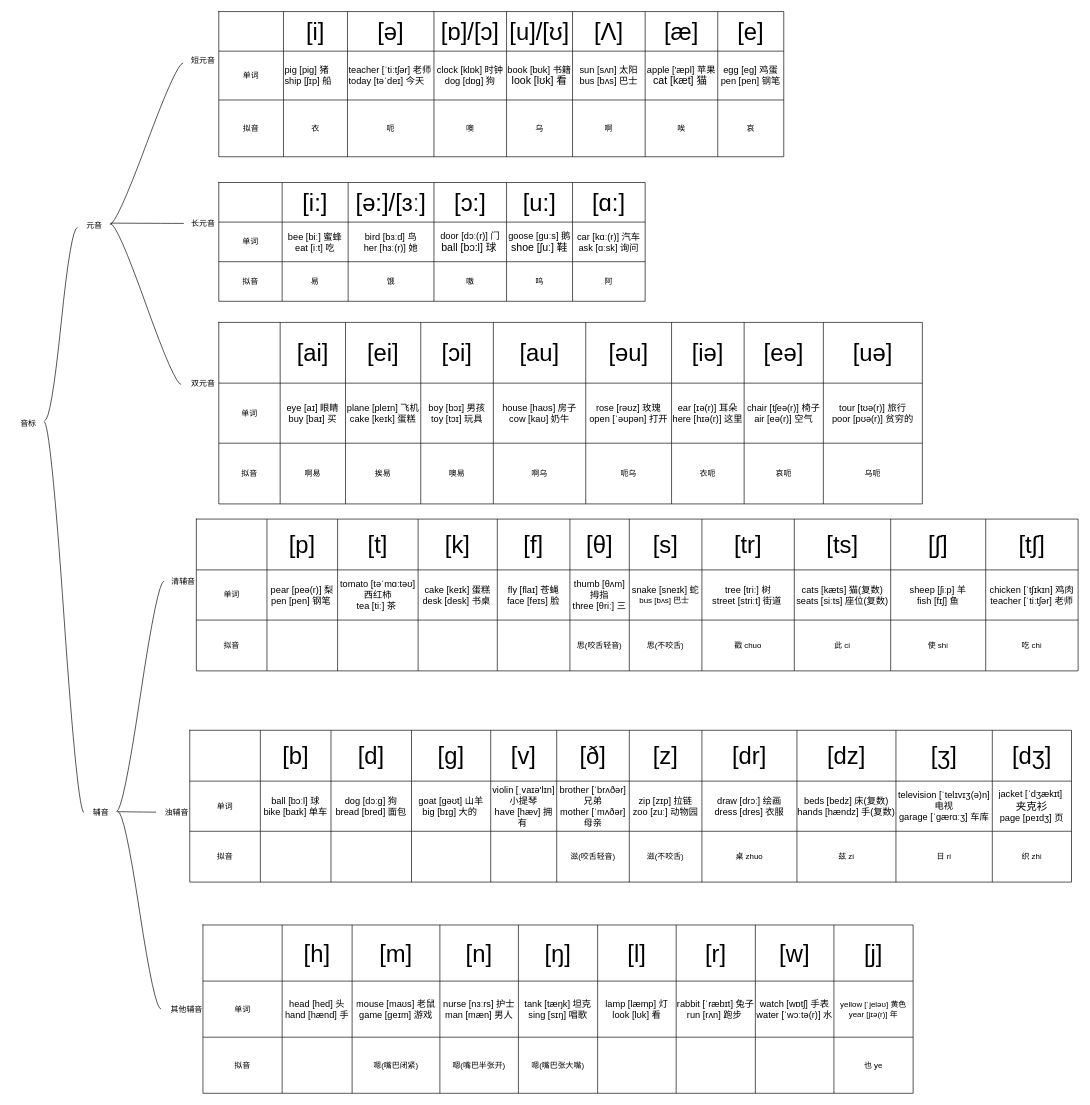
Above: page "第 2 页" (2 of 2) of 未命名表单.drawio in gituserc123/HelloWorld (draw.io), before the change. Source tidied: cells renumbered, new cells numbered last; positions are measured from the earlier drawing's top-left corner, leaving out a move shared by most shapes. Both pictures are drawn from the tidied source at 66%, with x=0, y=0 at pixel (11, 11).
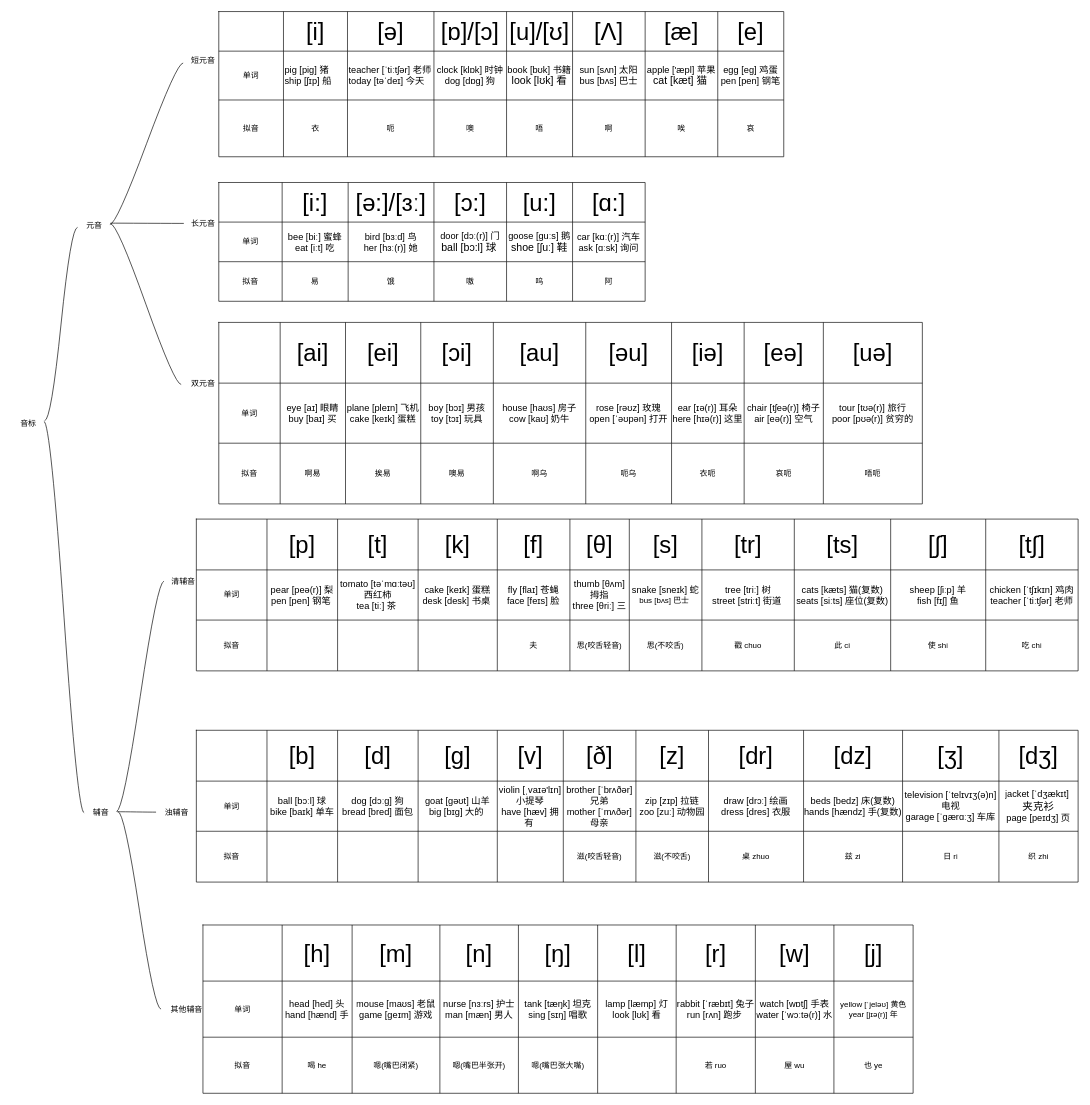
After the change.

Commit message:
更新未命名表单.drawio

Unchanged cells that the change refers to:
```xml
<mxCell id="33" style="shape=tableRow;horizontal=0;startSize=0;swimlaneHead=0;swimlaneBody=0;strokeColor=inherit;top=0;left=0;bottom=0;right=0;fillColor=none;" parent="14" vertex="1">
  <mxGeometry y="134" width="856" height="86" as="geometry" />
</mxCell>
<mxCell id="85" style="shape=tableRow;horizontal=0;startSize=0;swimlaneHead=0;swimlaneBody=0;strokeColor=inherit;top=0;left=0;bottom=0;right=0;fillColor=none;" parent="64" vertex="1">
  <mxGeometry y="183" width="1066" height="92" as="geometry" />
</mxCell>
<mxCell id="120" style="shape=tableRow;horizontal=0;startSize=0;swimlaneHead=0;swimlaneBody=0;strokeColor=inherit;top=0;left=0;bottom=0;right=0;fillColor=none;" parent="95" vertex="1">
  <mxGeometry y="153" width="1336" height="77" as="geometry" />
</mxCell>
<mxCell id="195" style="shape=tableRow;horizontal=0;startSize=0;swimlaneHead=0;swimlaneBody=0;strokeColor=inherit;top=0;left=0;bottom=0;right=0;fillColor=none;" parent="174" vertex="1">
  <mxGeometry y="170" width="1076" height="85" as="geometry" />
</mxCell>
```

Diff of the diagram source:
```diff
@@
-    <mxCell id="38" value="乌" style="shape=partialRectangle;html=1;whiteSpace=wrap;strokeColor=inherit;overflow=hidden;fillColor=none;top=0;left=0;bottom=0;right=0;" parent="33" vertex="1">
+    <mxCell id="38" value="唔" style="shape=partialRectangle;html=1;whiteSpace=wrap;strokeColor=inherit;overflow=hidden;fillColor=none;top=0;left=0;bottom=0;right=0;" parent="33" vertex="1">
       <mxGeometry x="436" width="100" height="86" as="geometry" />
     </mxCell>
@@
-    <mxCell id="94" value="乌呃" style="shape=partialRectangle;html=1;whiteSpace=wrap;strokeColor=inherit;overflow=hidden;fillColor=none;top=0;left=0;bottom=0;right=0;" parent="85" vertex="1">
+    <mxCell id="94" value="唔呃" style="shape=partialRectangle;html=1;whiteSpace=wrap;strokeColor=inherit;overflow=hidden;fillColor=none;top=0;left=0;bottom=0;right=0;" parent="85" vertex="1">
       <mxGeometry x="916" width="150" height="92" as="geometry" />
     </mxCell>
@@
-    <mxCell id="125" style="shape=partialRectangle;html=1;whiteSpace=wrap;strokeColor=inherit;overflow=hidden;fillColor=none;top=0;left=0;bottom=0;right=0;" parent="120" vertex="1">
+    <mxCell id="125" value="夫" style="shape=partialRectangle;html=1;whiteSpace=wrap;strokeColor=inherit;overflow=hidden;fillColor=none;top=0;left=0;bottom=0;right=0;" parent="120" vertex="1">
       <mxGeometry x="456" width="110" height="77" as="geometry" />
     </mxCell>
@@
     <mxCell id="137" style="shape=table;startSize=0;childLayout=tableLayout;" parent="1" vertex="1">
-      <mxGeometry x="270" y="1089" width="1336" height="230" as="geometry" />
+      <mxGeometry x="280" y="1089" width="1336" height="230" as="geometry" />
     </mxCell>
@@
-    <mxCell id="197" style="shape=partialRectangle;html=1;whiteSpace=wrap;strokeColor=inherit;overflow=hidden;fillColor=none;top=0;left=0;bottom=0;right=0;" parent="195" vertex="1">
+    <mxCell id="197" value="喝 he" style="shape=partialRectangle;html=1;whiteSpace=wrap;strokeColor=inherit;overflow=hidden;fillColor=none;top=0;left=0;bottom=0;right=0;" parent="195" vertex="1">
       <mxGeometry x="120" width="106" height="85" as="geometry" />
     </mxCell>
@@
-    <mxCell id="202" style="shape=partialRectangle;html=1;whiteSpace=wrap;strokeColor=inherit;overflow=hidden;fillColor=none;top=0;left=0;bottom=0;right=0;" parent="195" vertex="1">
+    <mxCell id="202" value="若 ruo" style="shape=partialRectangle;html=1;whiteSpace=wrap;strokeColor=inherit;overflow=hidden;fillColor=none;top=0;left=0;bottom=0;right=0;" parent="195" vertex="1">
       <mxGeometry x="717" width="120" height="85" as="geometry" />
     </mxCell>
-    <mxCell id="203" style="shape=partialRectangle;html=1;whiteSpace=wrap;strokeColor=inherit;overflow=hidden;fillColor=none;top=0;left=0;bottom=0;right=0;" parent="195" vertex="1">
+    <mxCell id="203" value="屋 wu" style="shape=partialRectangle;html=1;whiteSpace=wrap;strokeColor=inherit;overflow=hidden;fillColor=none;top=0;left=0;bottom=0;right=0;" parent="195" vertex="1">
       <mxGeometry x="837" width="119" height="85" as="geometry" />
     </mxCell>
```
